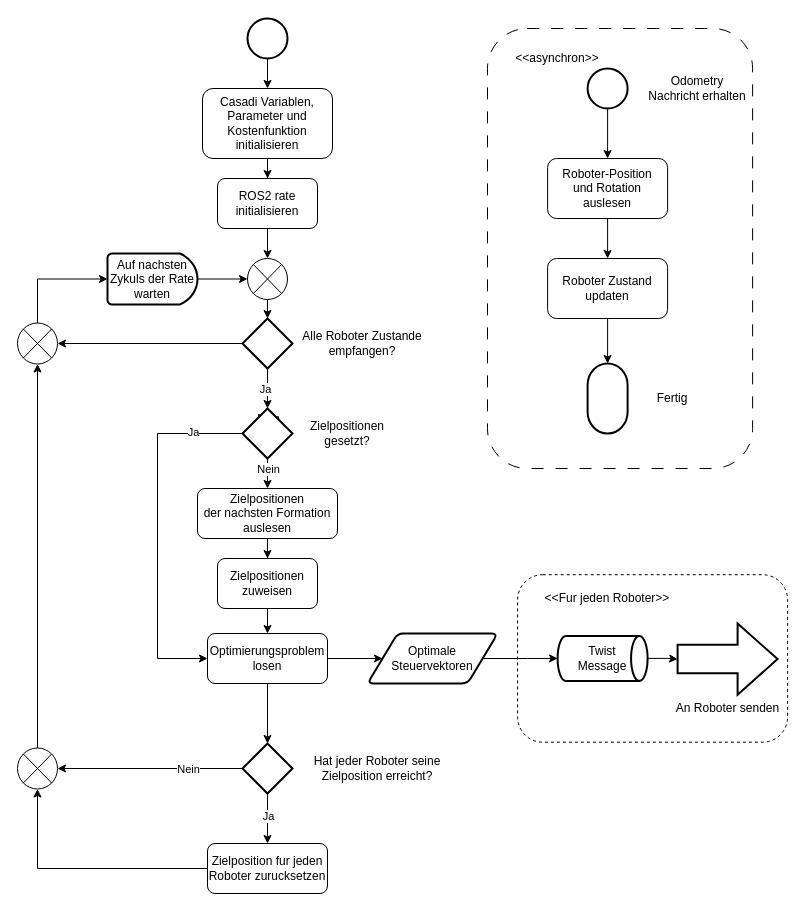
Earlier version of the draw.io diagram diagrams/mpc_formation_activity.drawio (MariiaPoliakovaa/RobotFormations). Source tidied: cells renumbered, new cells numbered last; positions are measured from the earlier drawing's top-left corner, leaving out a move shared by most shapes. Both pictures are drawn from the tidied source at 100%, with x=0, y=0 at pixel (17, 18).
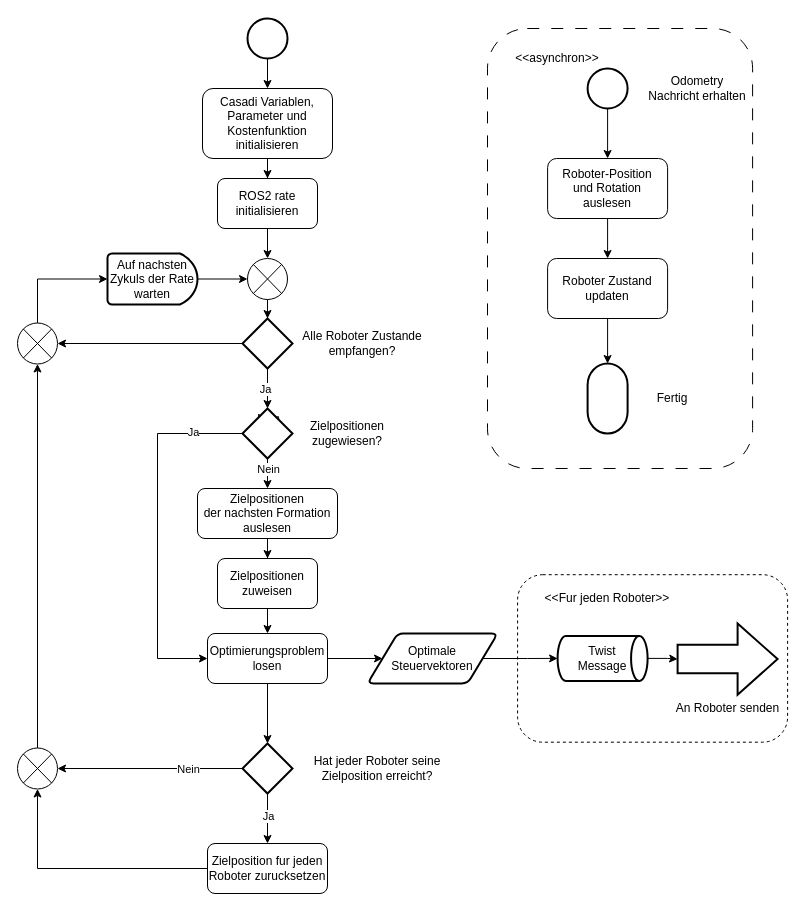
After the change.

The edit, as a diff of the source:
```diff
@@
-    <mxCell id="18" value="Zielpositionen gesetzt?" style="text;html=1;align=center;verticalAlign=middle;whiteSpace=wrap;rounded=0;" parent="1" vertex="1">
+    <mxCell id="18" value="Zielpositionen zugewiesen?" style="text;html=1;align=center;verticalAlign=middle;whiteSpace=wrap;rounded=0;" parent="1" vertex="1">
       <mxGeometry x="300" y="400" width="60" height="30" as="geometry" />
     </mxCell>
```
